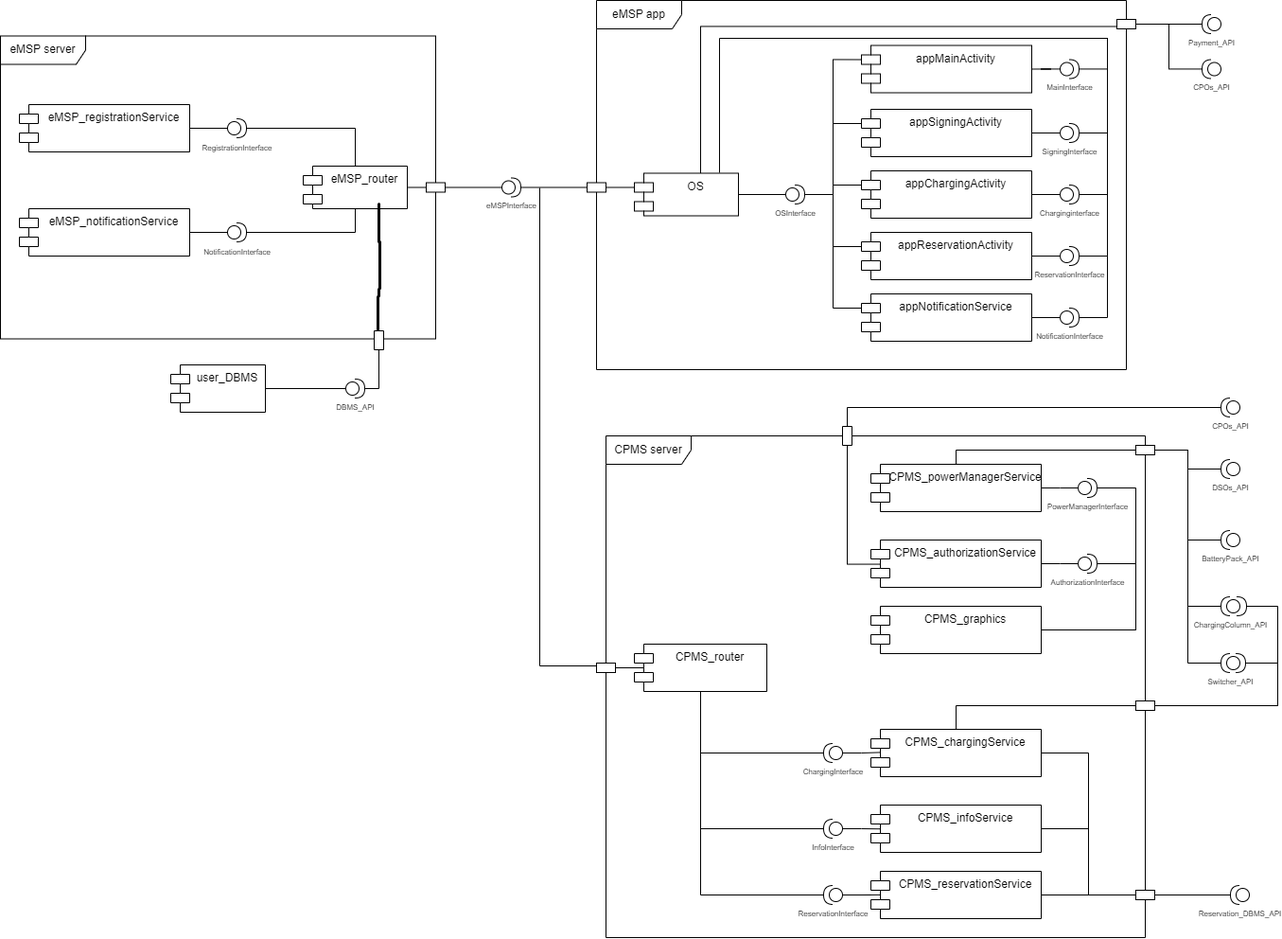
The draw.io diagram DD/component_diagram.drawio.png in RiccardoBravin/BravinFeltrin, before a commit. Source tidied: cells renumbered, new cells last; positions are measured from the earlier drawing's top-left corner, leaving out a move shared by most shapes.
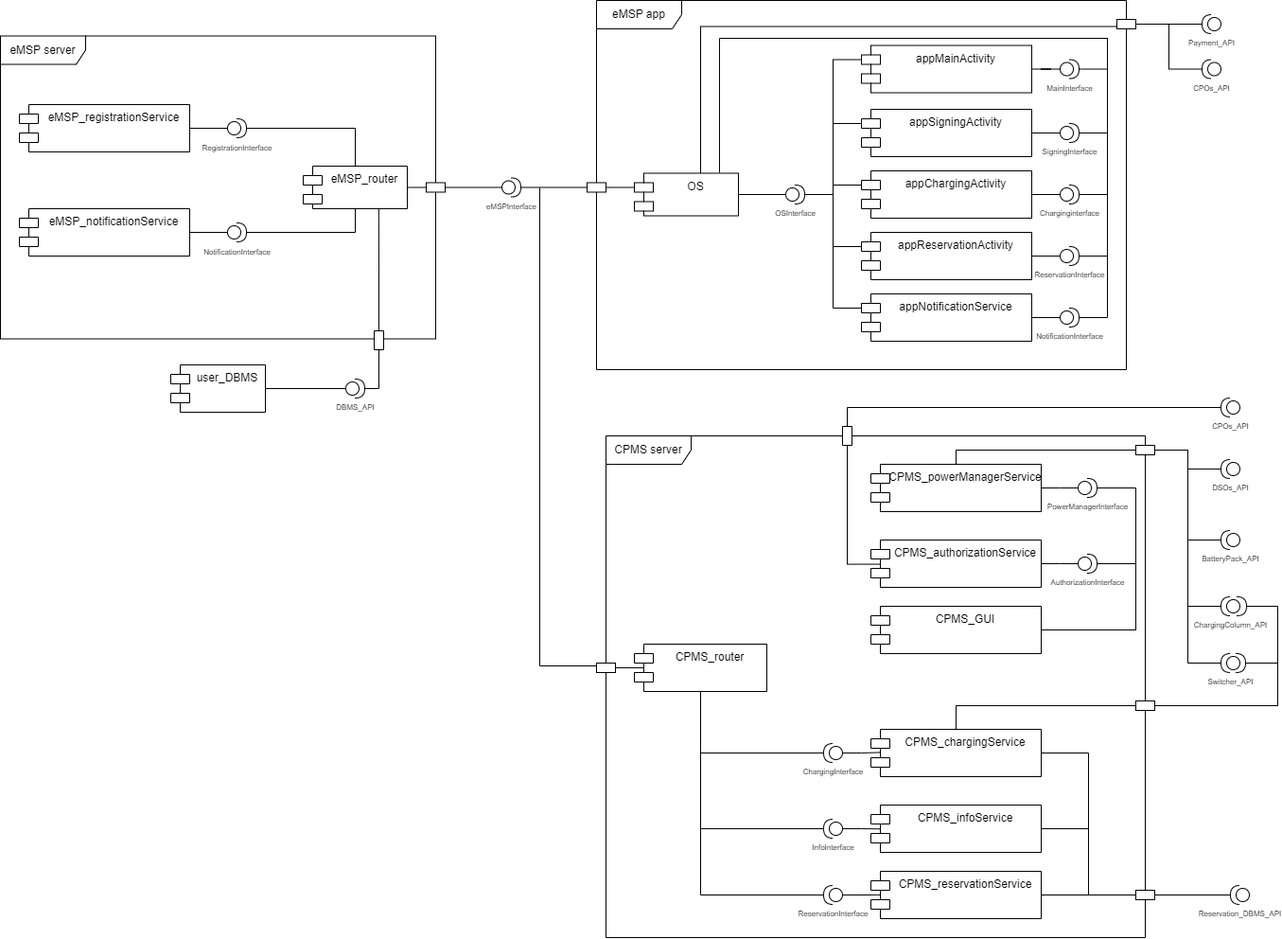
Above is the later version.

What changed in the source:
```diff
@@ -194,6 +194,9 @@
         </Array>
       </mxGeometry>
     </mxCell>
+    <mxCell id="112" style="edgeStyle=orthogonalEdgeStyle;rounded=0;jettySize=auto;html=1;entryX=0.726;entryY=1.005;entryDx=0;entryDy=0;entryPerimeter=0;endArrow=none;endFill=0;" parent="1" edge="1" source="54" target="7">
+      <mxGeometry relative="1" as="geometry" />
+    </mxCell>
     <mxCell id="54" style="rounded=0;whiteSpace=wrap;html=1;fontSize=8;direction=south;" parent="1" vertex="1">
       <mxGeometry x="395" y="349" width="10" height="20" as="geometry" />
     </mxCell>
@@ -228,7 +231,7 @@
         </Array>
       </mxGeometry>
     </mxCell>
-    <mxCell id="62" value="CPMS_graphics" style="shape=module;align=left;spacingLeft=20;align=center;verticalAlign=top;" parent="1" vertex="1">
+    <mxCell id="62" value="CPMS_GUI" style="shape=module;align=left;spacingLeft=20;align=center;verticalAlign=top;" parent="1" vertex="1">
       <mxGeometry x="920" y="640" width="180" height="50" as="geometry" />
     </mxCell>
     <mxCell id="63" style="edgeStyle=orthogonalEdgeStyle;rounded=0;jettySize=auto;html=1;entryX=0;entryY=0.5;entryDx=0;entryDy=0;entryPerimeter=0;fontSize=8;endArrow=none;endFill=0;" parent="1" edge="1" source="65" target="80">
```
